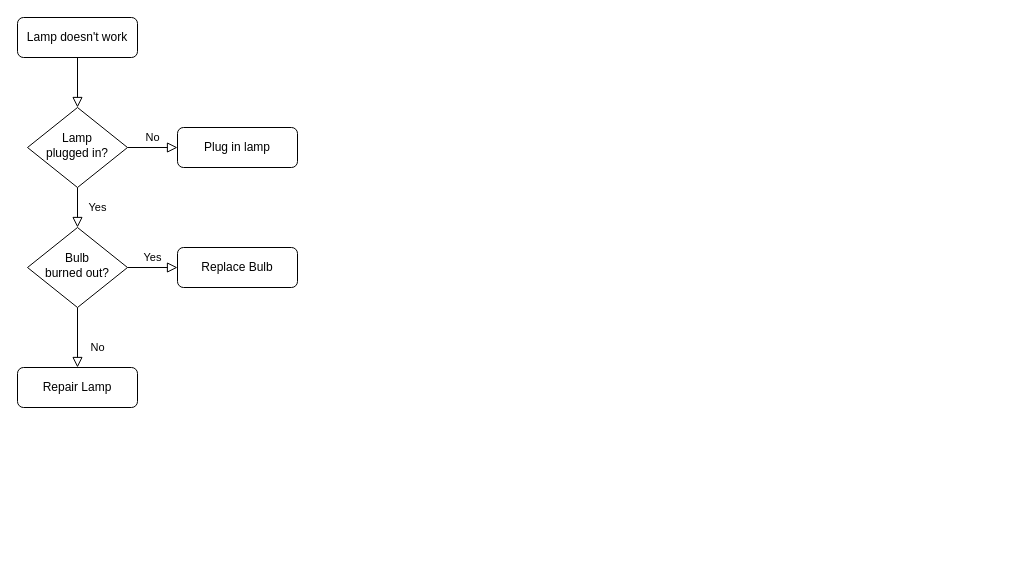
Before: cascading.drawio in Pavlo-Olshansky/Project, a draw.io diagram. Source tidied: cells renumbered, new cells numbered last; positions are measured from the earlier drawing's top-left corner, leaving out a move shared by most shapes. Both pictures are drawn from the tidied source at 100%, with x=0, y=0 at pixel (17, 17).
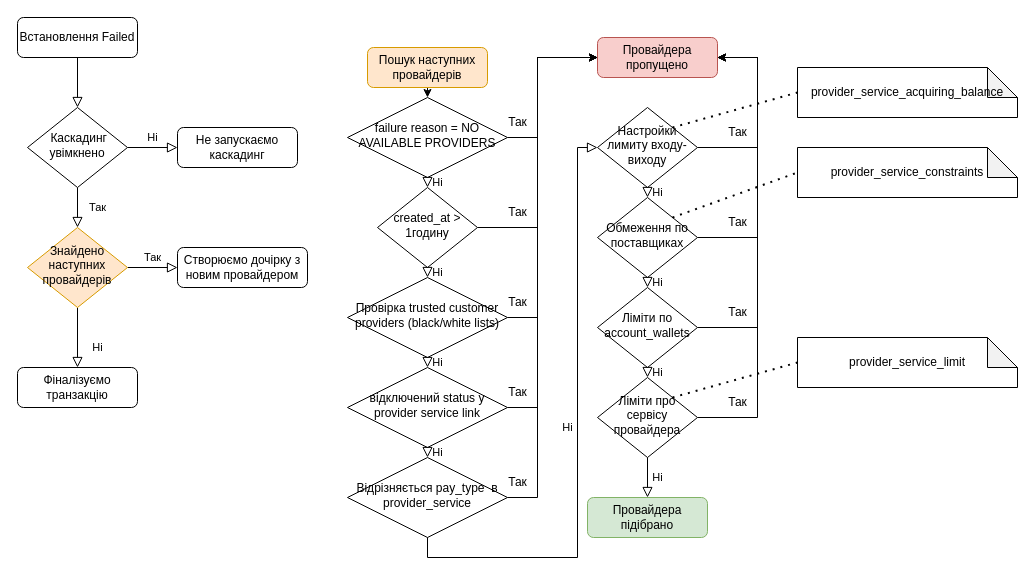
Above is the later version.

Change to the diagram source:
```diff
@@
-    <mxCell id="3" value="Lamp doesn't work" style="rounded=1;whiteSpace=wrap;html=1;fontSize=12;glass=0;strokeWidth=1;shadow=0;" parent="1" vertex="1">
+    <mxCell id="3" value="Встановлення Failed" style="rounded=1;whiteSpace=wrap;html=1;fontSize=12;glass=0;strokeWidth=1;shadow=0;" parent="1" vertex="1">
       <mxGeometry width="120" height="40" as="geometry" />
     </mxCell>
-    <mxCell id="4" value="Yes" style="rounded=0;html=1;jettySize=auto;fontSize=11;endArrow=block;endFill=0;endSize=8;strokeWidth=1;shadow=0;labelBackgroundColor=none;edgeStyle=orthogonalEdgeStyle;" parent="1" edge="1" source="6" target="10">
+    <mxCell id="4" value="Так" style="rounded=0;html=1;jettySize=auto;fontSize=11;endArrow=block;endFill=0;endSize=8;strokeWidth=1;shadow=0;labelBackgroundColor=none;edgeStyle=orthogonalEdgeStyle;" parent="1" edge="1" source="6" target="10">
       <mxGeometry y="20" relative="1" as="geometry" />
     </mxCell>
-    <mxCell id="5" value="No" style="edgeStyle=orthogonalEdgeStyle;rounded=0;html=1;jettySize=auto;fontSize=11;endArrow=block;endFill=0;endSize=8;strokeWidth=1;shadow=0;labelBackgroundColor=none;" parent="1" edge="1" source="6" target="7">
+    <mxCell id="5" value="Ні" style="edgeStyle=orthogonalEdgeStyle;rounded=0;html=1;jettySize=auto;fontSize=11;endArrow=block;endFill=0;endSize=8;strokeWidth=1;shadow=0;labelBackgroundColor=none;" parent="1" edge="1" source="6" target="7">
       <mxGeometry y="10" relative="1" as="geometry" />
     </mxCell>
-    <mxCell id="6" value="Lamp&lt;br&gt;plugged in?" style="rhombus;whiteSpace=wrap;html=1;shadow=0;fontFamily=Helvetica;fontSize=12;align=center;strokeWidth=1;spacing=6;spacingTop=-4;" parent="1" vertex="1">
+    <mxCell id="6" value="&amp;nbsp;Каскадинг увімкнено" style="rhombus;whiteSpace=wrap;html=1;shadow=0;fontFamily=Helvetica;fontSize=12;align=center;strokeWidth=1;spacing=6;spacingTop=-4;" parent="1" vertex="1">
       <mxGeometry x="10" y="90" width="100" height="80" as="geometry" />
     </mxCell>
-    <mxCell id="7" value="Plug in lamp" style="rounded=1;whiteSpace=wrap;html=1;fontSize=12;glass=0;strokeWidth=1;shadow=0;" parent="1" vertex="1">
+    <mxCell id="7" value="Не запускаємо каскадинг" style="rounded=1;whiteSpace=wrap;html=1;fontSize=12;glass=0;strokeWidth=1;shadow=0;" parent="1" vertex="1">
       <mxGeometry x="160" y="110" width="120" height="40" as="geometry" />
     </mxCell>
-    <mxCell id="8" value="No" style="rounded=0;html=1;jettySize=auto;fontSize=11;endArrow=block;endFill=0;endSize=8;strokeWidth=1;shadow=0;labelBackgroundColor=none;edgeStyle=orthogonalEdgeStyle;" parent="1" edge="1" source="10" target="11">
+    <mxCell id="8" value="Ні" style="rounded=0;html=1;jettySize=auto;fontSize=11;endArrow=block;endFill=0;endSize=8;strokeWidth=1;shadow=0;labelBackgroundColor=none;edgeStyle=orthogonalEdgeStyle;" parent="1" edge="1" source="10" target="11">
       <mxGeometry x="0.33" y="20" relative="1" as="geometry" />
     </mxCell>
-    <mxCell id="9" value="Yes" style="edgeStyle=orthogonalEdgeStyle;rounded=0;html=1;jettySize=auto;fontSize=11;endArrow=block;endFill=0;endSize=8;strokeWidth=1;shadow=0;labelBackgroundColor=none;" parent="1" edge="1" source="10" target="12">
+    <mxCell id="9" value="Так" style="edgeStyle=orthogonalEdgeStyle;rounded=0;html=1;jettySize=auto;fontSize=11;endArrow=block;endFill=0;endSize=8;strokeWidth=1;shadow=0;labelBackgroundColor=none;" parent="1" edge="1" source="10" target="12">
       <mxGeometry y="10" relative="1" as="geometry" />
     </mxCell>
-    <mxCell id="10" value="Bulb&lt;br&gt;burned out?" style="rhombus;whiteSpace=wrap;html=1;shadow=0;fontFamily=Helvetica;fontSize=12;align=center;strokeWidth=1;spacing=6;spacingTop=-4;" parent="1" vertex="1">
+    <mxCell id="10" value="Знайдено наступних провайдерів" style="rhombus;whiteSpace=wrap;html=1;shadow=0;fontFamily=Helvetica;fontSize=12;align=center;strokeWidth=1;spacing=6;spacingTop=-4;fillColor=#ffe6cc;strokeColor=#d79b00;" parent="1" vertex="1">
       <mxGeometry x="10" y="210" width="100" height="80" as="geometry" />
     </mxCell>
-    <mxCell id="11" value="Repair Lamp" style="rounded=1;whiteSpace=wrap;html=1;fontSize=12;glass=0;strokeWidth=1;shadow=0;" parent="1" vertex="1">
+    <mxCell id="11" value="Фіналізуємо транзакцію" style="rounded=1;whiteSpace=wrap;html=1;fontSize=12;glass=0;strokeWidth=1;shadow=0;" parent="1" vertex="1">
       <mxGeometry y="350" width="120" height="40" as="geometry" />
     </mxCell>
-    <mxCell id="12" value="Replace Bulb" style="rounded=1;whiteSpace=wrap;html=1;fontSize=12;glass=0;strokeWidth=1;shadow=0;" parent="1" vertex="1">
-      <mxGeometry x="160" y="230" width="120" height="40" as="geometry" />
+    <mxCell id="12" value="Створюємо дочірку з новим провайдером" style="rounded=1;whiteSpace=wrap;html=1;fontSize=12;glass=0;strokeWidth=1;shadow=0;" parent="1" vertex="1">
+      <mxGeometry x="160" y="230" width="130" height="40" as="geometry" />
     </mxCell>
+    <mxCell id="13" style="edgeStyle=orthogonalEdgeStyle;rounded=0;jettySize=auto;html=1;exitX=0.5;exitY=1;exitDx=0;exitDy=0;entryX=0.5;entryY=0;entryDx=0;entryDy=0;" parent="1" edge="1" source="14" target="16">
+      <mxGeometry relative="1" as="geometry" />
+    </mxCell>
+    <mxCell id="14" value="Пошук наступних провайдерів" style="rounded=1;whiteSpace=wrap;html=1;fontSize=12;glass=0;strokeWidth=1;shadow=0;fillColor=#ffe6cc;strokeColor=#d79b00;" parent="1" vertex="1">
+      <mxGeometry x="350" y="30" width="120" height="40" as="geometry" />
+    </mxCell>
+    <mxCell id="15" style="edgeStyle=orthogonalEdgeStyle;rounded=0;jettySize=auto;html=1;exitX=1;exitY=0.5;exitDx=0;exitDy=0;entryX=0;entryY=0.5;entryDx=0;entryDy=0;" parent="1" edge="1" source="16" target="43">
+      <mxGeometry relative="1" as="geometry">
+        <Array as="points">
+          <mxPoint x="520" y="120" />
+          <mxPoint x="520" y="40" />
+        </Array>
+      </mxGeometry>
+    </mxCell>
+    <mxCell id="16" value="failure reason = NO AVAILABLE PROVIDERS" style="rhombus;whiteSpace=wrap;html=1;shadow=0;fontFamily=Helvetica;fontSize=12;align=center;strokeWidth=1;spacing=6;spacingTop=-4;" parent="1" vertex="1">
+      <mxGeometry x="330" y="80" width="160" height="80" as="geometry" />
+    </mxCell>
+    <mxCell id="17" style="edgeStyle=orthogonalEdgeStyle;rounded=0;jettySize=auto;html=1;exitX=1;exitY=0.5;exitDx=0;exitDy=0;entryX=0;entryY=0.5;entryDx=0;entryDy=0;" parent="1" edge="1" source="18" target="43">
+      <mxGeometry relative="1" as="geometry" />
+    </mxCell>
+    <mxCell id="18" value="created_at &amp;gt; 1годину" style="rhombus;whiteSpace=wrap;html=1;shadow=0;fontFamily=Helvetica;fontSize=12;align=center;strokeWidth=1;spacing=6;spacingTop=-4;" parent="1" vertex="1">
+      <mxGeometry x="360" y="170" width="100" height="80" as="geometry" />
+    </mxCell>
+    <mxCell id="19" style="edgeStyle=orthogonalEdgeStyle;rounded=0;jettySize=auto;html=1;exitX=1;exitY=0.5;exitDx=0;exitDy=0;entryX=0;entryY=0.5;entryDx=0;entryDy=0;" parent="1" edge="1" source="20" target="43">
+      <mxGeometry relative="1" as="geometry">
+        <Array as="points">
+          <mxPoint x="520" y="300" />
+          <mxPoint x="520" y="40" />
+        </Array>
+      </mxGeometry>
+    </mxCell>
+    <mxCell id="20" value="Провірка trusted customer providers (black/white lists)" style="rhombus;whiteSpace=wrap;html=1;shadow=0;fontFamily=Helvetica;fontSize=12;align=center;strokeWidth=1;spacing=6;spacingTop=-4;" parent="1" vertex="1">
+      <mxGeometry x="330" y="260" width="160" height="80" as="geometry" />
+    </mxCell>
+    <mxCell id="21" style="edgeStyle=orthogonalEdgeStyle;rounded=0;jettySize=auto;html=1;exitX=1;exitY=0.5;exitDx=0;exitDy=0;entryX=0;entryY=0.5;entryDx=0;entryDy=0;" parent="1" edge="1" source="22" target="43">
+      <mxGeometry relative="1" as="geometry">
+        <Array as="points">
+          <mxPoint x="520" y="390" />
+          <mxPoint x="520" y="40" />
+        </Array>
+      </mxGeometry>
+    </mxCell>
+    <mxCell id="22" value="відключений status у provider service link" style="rhombus;whiteSpace=wrap;html=1;shadow=0;fontFamily=Helvetica;fontSize=12;align=center;strokeWidth=1;spacing=6;spacingTop=-4;" parent="1" vertex="1">
+      <mxGeometry x="330" y="350" width="160" height="80" as="geometry" />
+    </mxCell>
+    <mxCell id="23" style="edgeStyle=orthogonalEdgeStyle;rounded=0;jettySize=auto;html=1;exitX=1;exitY=0.5;exitDx=0;exitDy=0;entryX=0;entryY=0.5;entryDx=0;entryDy=0;" parent="1" edge="1" source="24" target="43">
+      <mxGeometry relative="1" as="geometry">
+        <Array as="points">
+          <mxPoint x="520" y="480" />
+          <mxPoint x="520" y="40" />
+        </Array>
+      </mxGeometry>
+    </mxCell>
+    <mxCell id="24" value="Відрізняється pay_type&amp;nbsp; в provider_service" style="rhombus;whiteSpace=wrap;html=1;shadow=0;fontFamily=Helvetica;fontSize=12;align=center;strokeWidth=1;spacing=6;spacingTop=-4;" parent="1" vertex="1">
+      <mxGeometry x="330" y="440" width="160" height="80" as="geometry" />
+    </mxCell>
+    <mxCell id="25" value="Ні" style="edgeStyle=orthogonalEdgeStyle;rounded=0;html=1;jettySize=auto;fontSize=11;endArrow=block;endFill=0;endSize=8;strokeWidth=1;shadow=0;labelBackgroundColor=none;entryX=0.5;entryY=0;entryDx=0;entryDy=0;exitX=0.5;exitY=1;exitDx=0;exitDy=0;" parent="1" edge="1" source="16" target="18">
+      <mxGeometry y="10" relative="1" as="geometry" />
+    </mxCell>
+    <mxCell id="26" value="Ні" style="edgeStyle=orthogonalEdgeStyle;rounded=0;html=1;jettySize=auto;fontSize=11;endArrow=block;endFill=0;endSize=8;strokeWidth=1;shadow=0;labelBackgroundColor=none;entryX=0.5;entryY=0;entryDx=0;entryDy=0;" parent="1" edge="1" target="20">
+      <mxGeometry y="10" relative="1" as="geometry">
+        <mxPoint x="410" y="250" as="sourcePoint" />
+      </mxGeometry>
+    </mxCell>
+    <mxCell id="27" style="edgeStyle=orthogonalEdgeStyle;rounded=0;jettySize=auto;html=1;exitX=1;exitY=0.5;exitDx=0;exitDy=0;entryX=1;entryY=0.5;entryDx=0;entryDy=0;" parent="1" edge="1" source="28" target="43">
+      <mxGeometry relative="1" as="geometry">
+        <Array as="points">
+          <mxPoint x="740" y="130" />
+          <mxPoint x="740" y="40" />
+        </Array>
+      </mxGeometry>
+    </mxCell>
+    <mxCell id="28" value="Настройки лимиту входу-виходу" style="rhombus;whiteSpace=wrap;html=1;shadow=0;fontFamily=Helvetica;fontSize=12;align=center;strokeWidth=1;spacing=6;spacingTop=-4;" parent="1" vertex="1">
+      <mxGeometry x="580" y="90" width="100" height="80" as="geometry" />
+    </mxCell>
+    <mxCell id="29" style="edgeStyle=orthogonalEdgeStyle;rounded=0;jettySize=auto;html=1;exitX=1;exitY=0.5;exitDx=0;exitDy=0;entryX=1;entryY=0.5;entryDx=0;entryDy=0;" parent="1" edge="1" source="30" target="43">
+      <mxGeometry relative="1" as="geometry">
+        <Array as="points">
+          <mxPoint x="740" y="220" />
+          <mxPoint x="740" y="40" />
+        </Array>
+      </mxGeometry>
+    </mxCell>
+    <mxCell id="30" value="Обмеження по поставщиках" style="rhombus;whiteSpace=wrap;html=1;shadow=0;fontFamily=Helvetica;fontSize=12;align=center;strokeWidth=1;spacing=6;spacingTop=-4;" parent="1" vertex="1">
+      <mxGeometry x="580" y="180" width="100" height="80" as="geometry" />
+    </mxCell>
+    <mxCell id="31" style="edgeStyle=orthogonalEdgeStyle;rounded=0;jettySize=auto;html=1;exitX=1;exitY=0.5;exitDx=0;exitDy=0;entryX=1;entryY=0.5;entryDx=0;entryDy=0;" parent="1" edge="1" source="32" target="43">
+      <mxGeometry relative="1" as="geometry">
+        <Array as="points">
+          <mxPoint x="740" y="310" />
+          <mxPoint x="740" y="40" />
+        </Array>
+      </mxGeometry>
+    </mxCell>
+    <mxCell id="32" value="Ліміти по account_wallets" style="rhombus;whiteSpace=wrap;html=1;shadow=0;fontFamily=Helvetica;fontSize=12;align=center;strokeWidth=1;spacing=6;spacingTop=-4;" parent="1" vertex="1">
+      <mxGeometry x="580" y="270" width="100" height="80" as="geometry" />
+    </mxCell>
+    <mxCell id="33" style="edgeStyle=orthogonalEdgeStyle;rounded=0;jettySize=auto;html=1;exitX=1;exitY=0.5;exitDx=0;exitDy=0;entryX=1;entryY=0.5;entryDx=0;entryDy=0;" parent="1" edge="1" source="34" target="43">
+      <mxGeometry relative="1" as="geometry">
+        <Array as="points">
+          <mxPoint x="740" y="400" />
+          <mxPoint x="740" y="40" />
+        </Array>
+      </mxGeometry>
+    </mxCell>
+    <mxCell id="34" value="Ліміти про сервісу провайдера" style="rhombus;whiteSpace=wrap;html=1;shadow=0;fontFamily=Helvetica;fontSize=12;align=center;strokeWidth=1;spacing=6;spacingTop=-4;" parent="1" vertex="1">
+      <mxGeometry x="580" y="360" width="100" height="80" as="geometry" />
+    </mxCell>
+    <mxCell id="35" value="Провайдера підібрано" style="rounded=1;whiteSpace=wrap;html=1;fontSize=12;glass=0;strokeWidth=1;shadow=0;fillColor=#d5e8d4;strokeColor=#82b366;" parent="1" vertex="1">
+      <mxGeometry x="570" y="480" width="120" height="40" as="geometry" />
+    </mxCell>
+    <mxCell id="36" value="Ні" style="edgeStyle=orthogonalEdgeStyle;rounded=0;html=1;jettySize=auto;fontSize=11;endArrow=block;endFill=0;endSize=8;strokeWidth=1;shadow=0;labelBackgroundColor=none;exitX=0.5;exitY=1;exitDx=0;exitDy=0;entryX=0.5;entryY=0;entryDx=0;entryDy=0;" parent="1" edge="1" source="20" target="22">
+      <mxGeometry y="10" relative="1" as="geometry" />
+    </mxCell>
+    <mxCell id="37" value="Ні" style="edgeStyle=orthogonalEdgeStyle;rounded=0;html=1;jettySize=auto;fontSize=11;endArrow=block;endFill=0;endSize=8;strokeWidth=1;shadow=0;labelBackgroundColor=none;exitX=0.5;exitY=1;exitDx=0;exitDy=0;entryX=0.5;entryY=0;entryDx=0;entryDy=0;" parent="1" edge="1" source="22" target="24">
+      <mxGeometry y="10" relative="1" as="geometry" />
+    </mxCell>
+    <mxCell id="38" value="Ні" style="edgeStyle=orthogonalEdgeStyle;rounded=0;html=1;jettySize=auto;fontSize=11;endArrow=block;endFill=0;endSize=8;strokeWidth=1;shadow=0;labelBackgroundColor=none;exitX=0.5;exitY=1;exitDx=0;exitDy=0;entryX=0;entryY=0.5;entryDx=0;entryDy=0;" parent="1" edge="1" source="24" target="28">
+      <mxGeometry y="10" relative="1" as="geometry">
+        <Array as="points">
+          <mxPoint x="410" y="540" />
+          <mxPoint x="560" y="540" />
+          <mxPoint x="560" y="130" />
+        </Array>
+      </mxGeometry>
+    </mxCell>
+    <mxCell id="39" value="Ні" style="edgeStyle=orthogonalEdgeStyle;rounded=0;html=1;jettySize=auto;fontSize=11;endArrow=block;endFill=0;endSize=8;strokeWidth=1;shadow=0;labelBackgroundColor=none;exitX=0.5;exitY=1;exitDx=0;exitDy=0;entryX=0.5;entryY=0;entryDx=0;entryDy=0;" parent="1" edge="1" source="28" target="30">
+      <mxGeometry y="10" relative="1" as="geometry" />
+    </mxCell>
+    <mxCell id="40" value="Ні" style="edgeStyle=orthogonalEdgeStyle;rounded=0;html=1;jettySize=auto;fontSize=11;endArrow=block;endFill=0;endSize=8;strokeWidth=1;shadow=0;labelBackgroundColor=none;exitX=0.5;exitY=1;exitDx=0;exitDy=0;entryX=0.5;entryY=0;entryDx=0;entryDy=0;" parent="1" edge="1" source="30" target="32">
+      <mxGeometry y="10" relative="1" as="geometry" />
+    </mxCell>
+    <mxCell id="41" value="Ні" style="edgeStyle=orthogonalEdgeStyle;rounded=0;html=1;jettySize=auto;fontSize=11;endArrow=block;endFill=0;endSize=8;strokeWidth=1;shadow=0;labelBackgroundColor=none;entryX=0.5;entryY=0;entryDx=0;entryDy=0;exitX=0.5;exitY=1;exitDx=0;exitDy=0;" parent="1" edge="1" source="32" target="34">
+      <mxGeometry y="10" relative="1" as="geometry" />
+    </mxCell>
+    <mxCell id="42" value="Ні" style="edgeStyle=orthogonalEdgeStyle;rounded=0;html=1;jettySize=auto;fontSize=11;endArrow=block;endFill=0;endSize=8;strokeWidth=1;shadow=0;labelBackgroundColor=none;entryX=0.5;entryY=0;entryDx=0;entryDy=0;exitX=0.5;exitY=1;exitDx=0;exitDy=0;" parent="1" edge="1" source="34" target="35">
+      <mxGeometry y="10" relative="1" as="geometry" />
+    </mxCell>
+    <mxCell id="43" value="Провайдера пропущено" style="rounded=1;whiteSpace=wrap;html=1;fontSize=12;glass=0;strokeWidth=1;shadow=0;fillColor=#f8cecc;strokeColor=#b85450;" parent="1" vertex="1">
+      <mxGeometry x="580" y="20" width="120" height="40" as="geometry" />
+    </mxCell>
+    <mxCell id="44" value="Так" style="text;html=1;align=center;verticalAlign=middle;strokeColor=none;fillColor=none;" parent="1" vertex="1">
+      <mxGeometry x="480" y="90" width="40" height="30" as="geometry" />
+    </mxCell>
+    <mxCell id="45" value="Так" style="text;html=1;align=center;verticalAlign=middle;strokeColor=none;fillColor=none;" parent="1" vertex="1">
+      <mxGeometry x="480" y="180" width="40" height="30" as="geometry" />
+    </mxCell>
+    <mxCell id="46" value="Так" style="text;html=1;align=center;verticalAlign=middle;strokeColor=none;fillColor=none;" parent="1" vertex="1">
+      <mxGeometry x="480" y="270" width="40" height="30" as="geometry" />
+    </mxCell>
+    <mxCell id="47" value="Так" style="text;html=1;align=center;verticalAlign=middle;strokeColor=none;fillColor=none;" parent="1" vertex="1">
+      <mxGeometry x="480" y="360" width="40" height="30" as="geometry" />
+    </mxCell>
+    <mxCell id="48" value="Так" style="text;html=1;align=center;verticalAlign=middle;strokeColor=none;fillColor=none;" parent="1" vertex="1">
+      <mxGeometry x="480" y="450" width="40" height="30" as="geometry" />
+    </mxCell>
+    <mxCell id="49" value="Так" style="text;html=1;align=center;verticalAlign=middle;strokeColor=none;fillColor=none;" parent="1" vertex="1">
+      <mxGeometry x="700" y="100" width="40" height="30" as="geometry" />
+    </mxCell>
+    <mxCell id="50" value="Так" style="text;html=1;align=center;verticalAlign=middle;strokeColor=none;fillColor=none;" parent="1" vertex="1">
+      <mxGeometry x="700" y="190" width="40" height="30" as="geometry" />
+    </mxCell>
+    <mxCell id="51" value="Так" style="text;html=1;align=center;verticalAlign=middle;strokeColor=none;fillColor=none;" parent="1" vertex="1">
+      <mxGeometry x="700" y="280" width="40" height="30" as="geometry" />
+    </mxCell>
+    <mxCell id="52" value="Так" style="text;html=1;align=center;verticalAlign=middle;strokeColor=none;fillColor=none;" parent="1" vertex="1">
+      <mxGeometry x="700" y="370" width="40" height="30" as="geometry" />
+    </mxCell>
+    <mxCell id="53" value="provider_service_acquiring_balance" style="shape=note;whiteSpace=wrap;html=1;backgroundOutline=1;darkOpacity=0.05;" parent="1" vertex="1">
+      <mxGeometry x="780" y="50" width="220" height="50" as="geometry" />
+    </mxCell>
+    <mxCell id="54" value="provider_service_constraints" style="shape=note;whiteSpace=wrap;html=1;backgroundOutline=1;darkOpacity=0.05;" parent="1" vertex="1">
+      <mxGeometry x="780" y="130" width="220" height="50" as="geometry" />
+    </mxCell>
+    <mxCell id="55" value="provider_service_limit" style="shape=note;whiteSpace=wrap;html=1;backgroundOutline=1;darkOpacity=0.05;" parent="1" vertex="1">
+      <mxGeometry x="780" y="320" width="220" height="50" as="geometry" />
+    </mxCell>
+    <mxCell id="56" style="endArrow=none;dashed=1;html=1;dashPattern=1 3;strokeWidth=2;rounded=0;entryX=0;entryY=0.5;entryDx=0;entryDy=0;entryPerimeter=0;exitX=1;exitY=0;exitDx=0;exitDy=0;" parent="1" edge="1" source="34" target="55">
+      <mxGeometry relative="1" as="geometry" />
+    </mxCell>
+    <mxCell id="57" style="endArrow=none;dashed=1;html=1;dashPattern=1 3;strokeWidth=2;rounded=0;entryX=0;entryY=0.5;entryDx=0;entryDy=0;entryPerimeter=0;exitX=1;exitY=0;exitDx=0;exitDy=0;" parent="1" edge="1" source="30" target="54">
+      <mxGeometry relative="1" as="geometry" />
+    </mxCell>
+    <mxCell id="58" style="endArrow=none;dashed=1;html=1;dashPattern=1 3;strokeWidth=2;rounded=0;entryX=0;entryY=0.5;entryDx=0;entryDy=0;entryPerimeter=0;exitX=1;exitY=0;exitDx=0;exitDy=0;" parent="1" edge="1" source="28" target="53">
+      <mxGeometry relative="1" as="geometry" />
+    </mxCell>
```
